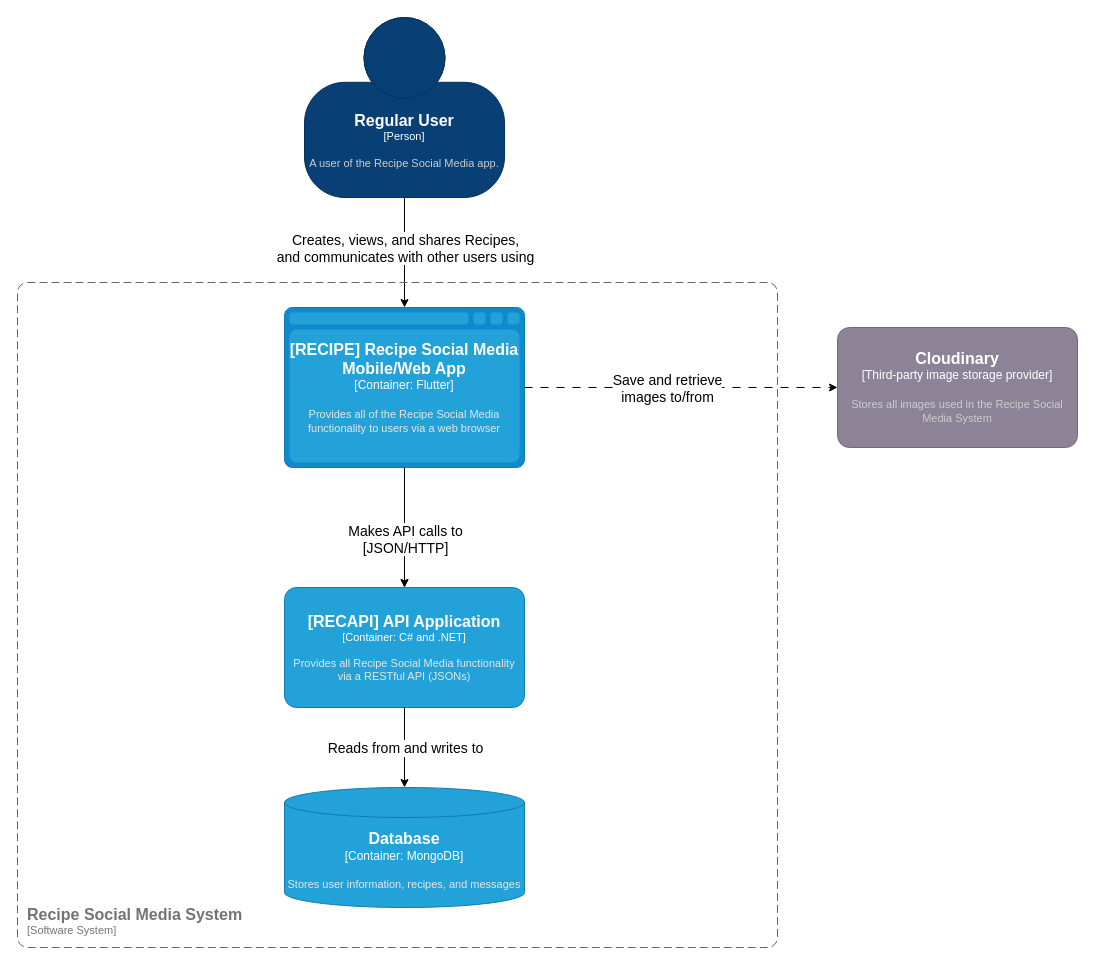
Above: Diagrams/Container Diagram.drawio in Andrei-Constantin-Programmer/LangfoodiAPI (draw.io), before the change. Source tidied: cells renumbered, new cells numbered last; positions are measured from the earlier drawing's top-left corner, leaving out a move shared by most shapes. Both pictures are drawn from the tidied source at 100%, with x=0, y=0 at pixel (17, 17).
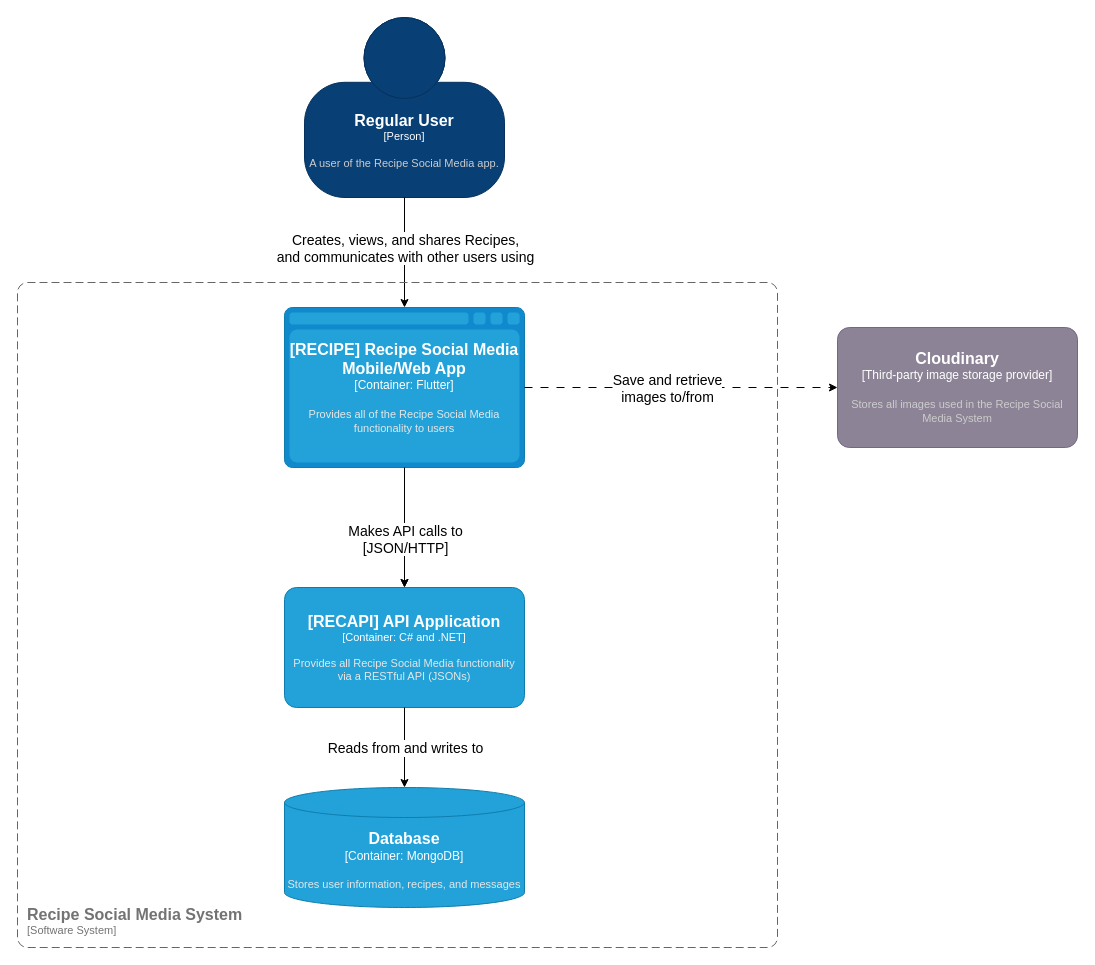
Above is the later version.

Commit message (it also covers changes not shown here):
Refactored the description of the RECIPE project in the Container diagram

Change to the diagram source:
```diff
@@
-    <object id="4" label="&lt;font style=&quot;font-size: 16px&quot;&gt;&lt;b&gt;%c4Type%&lt;/b&gt;&lt;/font&gt;&lt;div&gt;[%c4Container%:&amp;nbsp;%c4Technology%]&lt;/div&gt;&lt;br&gt;&lt;div&gt;&lt;font style=&quot;font-size: 11px&quot;&gt;&lt;font color=&quot;#E6E6E6&quot;&gt;%c4Description%&lt;/font&gt;&lt;/div&gt;" c4Container="Container" c4Description="Provides all of the Recipe Social Media functionality to users via a web browser" c4Technology="Flutter" c4Type="[RECIPE] Recipe Social Media Mobile/Web App" placeholders="1">
+    <object id="4" label="&lt;font style=&quot;font-size: 16px&quot;&gt;&lt;b&gt;%c4Type%&lt;/b&gt;&lt;/font&gt;&lt;div&gt;[%c4Container%:&amp;nbsp;%c4Technology%]&lt;/div&gt;&lt;br&gt;&lt;div&gt;&lt;font style=&quot;font-size: 11px&quot;&gt;&lt;font color=&quot;#E6E6E6&quot;&gt;%c4Description%&lt;/font&gt;&lt;/div&gt;" c4Container="Container" c4Description="Provides all of the Recipe Social Media functionality to users" c4Technology="Flutter" c4Type="[RECIPE] Recipe Social Media Mobile/Web App" placeholders="1">
       <mxCell style="shape=mxgraph.c4.webBrowserContainer2;whiteSpace=wrap;html=1;boundedLbl=1;rounded=0;labelBackgroundColor=none;strokeColor=#118ACD;fillColor=#23A2D9;strokeColor=#118ACD;strokeColor2=#0E7DAD;fontSize=12;fontColor=#ffffff;align=center;points=[[0.5,0,0],[1,0.25,0],[1,0.5,0],[1,0.75,0],[0.5,1,0],[0,0.75,0],[0,0.5,0],[0,0.25,0]];" parent="1" vertex="1">
         <mxGeometry x="267" y="290" width="240" height="160" as="geometry" />
       </mxCell>
     </object>
```
